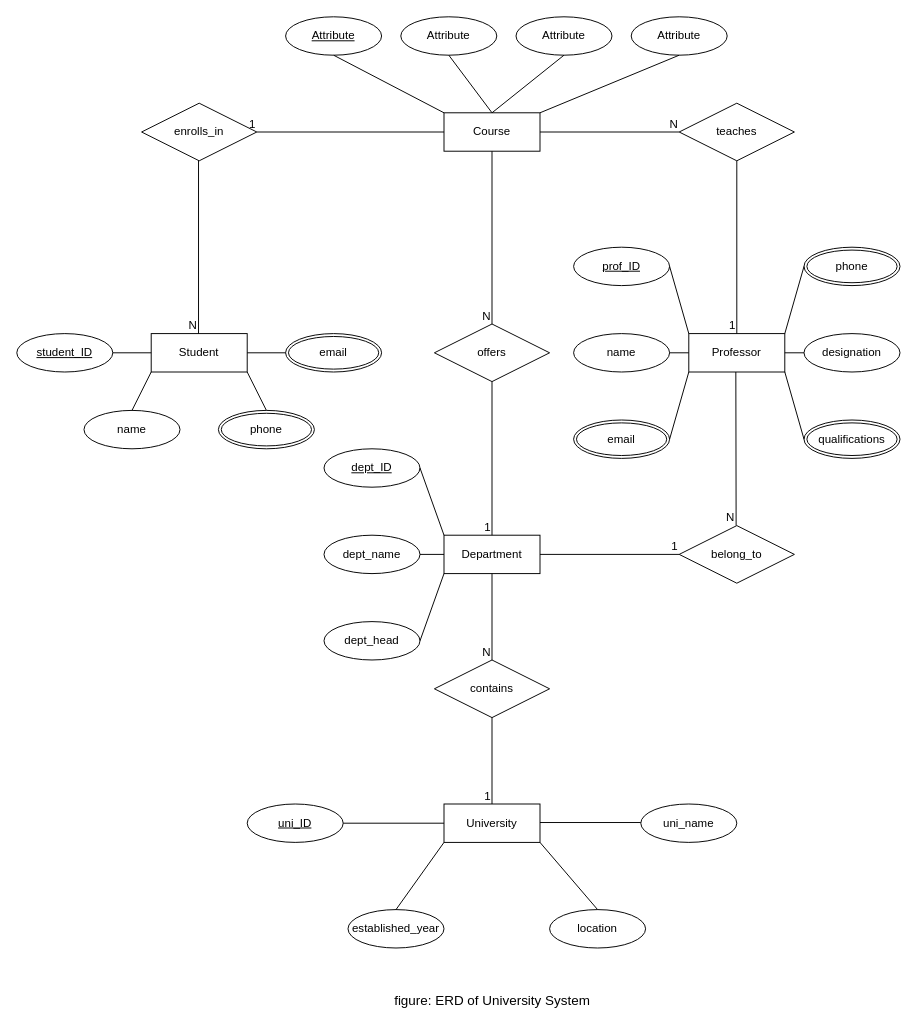
The draw.io diagram ERD-Modeling/2_University_System_ERD.drawio in Sudeeppp-Mishra/SE-Case-Tools, before the edit. Source tidied: cells renumbered, new cells numbered last; positions are measured from the earlier drawing's top-left corner, leaving out a move shared by most shapes. Both pictures are drawn from the tidied source at 96%, with x=0, y=0 at pixel (16, 16).
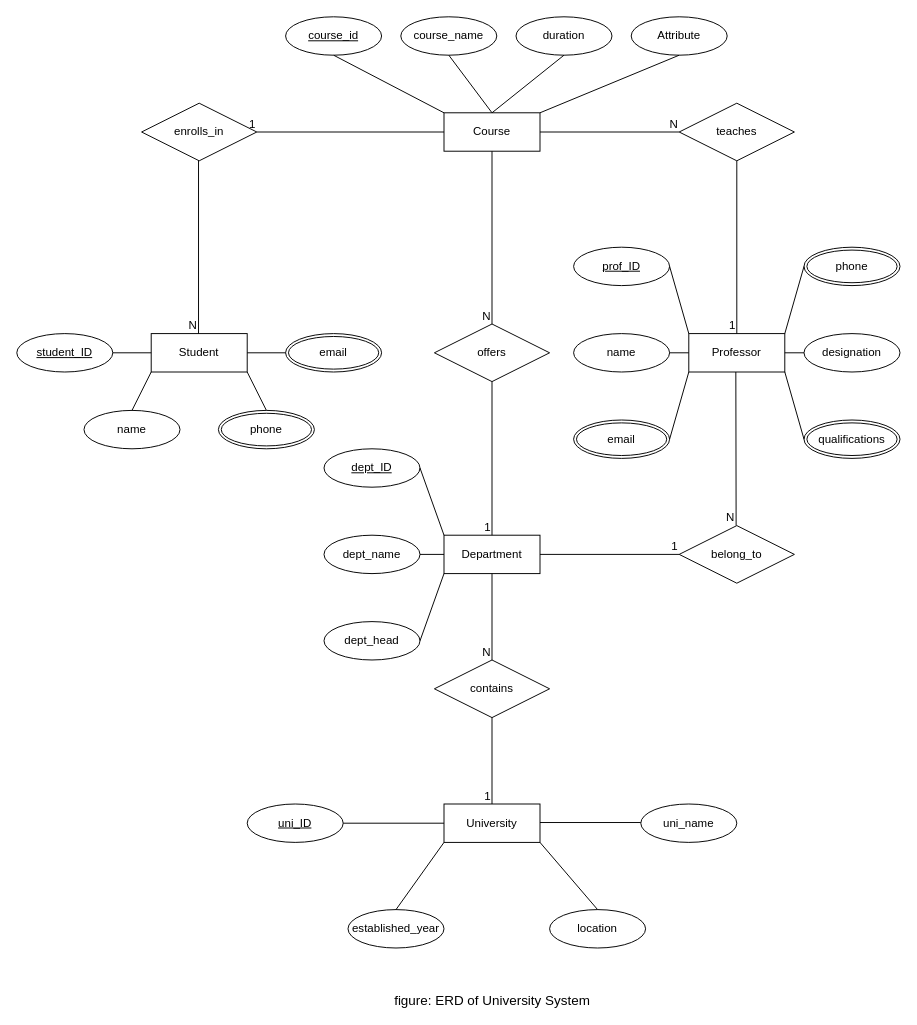
The same diagram, later.

Commit message:
fix: add attirbute names that I forgot to put

The edit, as a diff of the source:
```diff
@@
-    <mxCell id="54" value="Attribute" style="ellipse;whiteSpace=wrap;html=1;align=center;fontStyle=4;" parent="1" vertex="1">
+    <mxCell id="54" value="course_id" style="ellipse;whiteSpace=wrap;html=1;align=center;fontStyle=4;" parent="1" vertex="1">
       <mxGeometry x="280" width="100" height="40" as="geometry" />
     </mxCell>
-    <mxCell id="55" value="Attribute" style="ellipse;whiteSpace=wrap;html=1;align=center;" parent="1" vertex="1">
+    <mxCell id="55" value="course_name" style="ellipse;whiteSpace=wrap;html=1;align=center;" parent="1" vertex="1">
       <mxGeometry x="400" width="100" height="40" as="geometry" />
     </mxCell>
-    <mxCell id="56" value="Attribute" style="ellipse;whiteSpace=wrap;html=1;align=center;" parent="1" vertex="1">
+    <mxCell id="56" value="duration" style="ellipse;whiteSpace=wrap;html=1;align=center;" parent="1" vertex="1">
       <mxGeometry x="520" width="100" height="40" as="geometry" />
     </mxCell>
```
